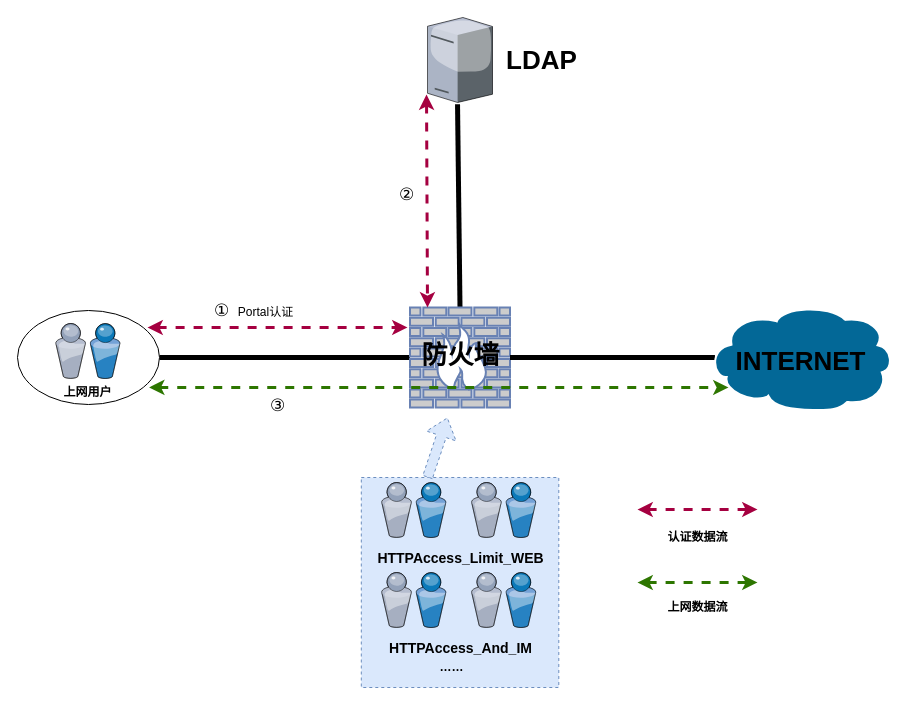
Above: Untitled Diagram.drawio in blacksoilzz/hello-world (draw.io), before the change. Source tidied: cells renumbered, new cells numbered last; positions are measured from the earlier drawing's top-left corner, leaving out a move shared by most shapes. Both pictures are drawn from the tidied source at 100%, with x=0, y=0 at pixel (17, 17).
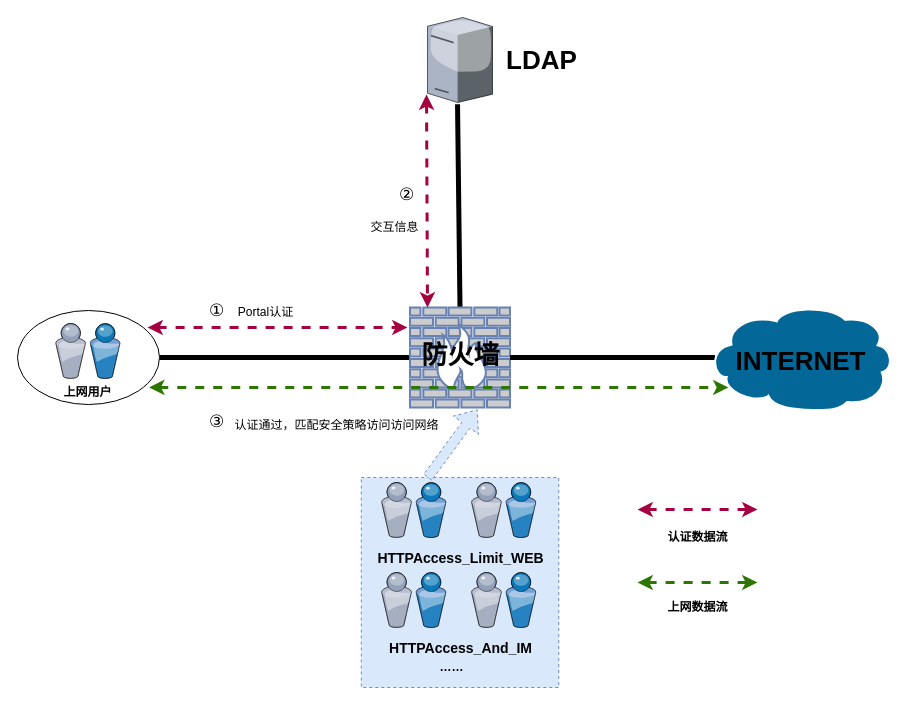
The same diagram, later.

Diff of the diagram source:
```diff
@@
     <mxCell id="18" style="shape=flexArrow;endArrow=classic;html=1;dashed=1;strokeWidth=1;fillColor=#dae8fc;strokeColor=#6c8ebf;" parent="1" edge="1">
       <mxGeometry relative="1" as="geometry">
         <mxPoint x="410" y="460" as="sourcePoint" />
-        <mxPoint x="430" y="400" as="targetPoint" />
+        <mxPoint x="460" y="392" as="targetPoint" />
       </mxGeometry>
     </mxCell>
@@
     <mxCell id="30" value="①" style="text;html=1;align=center;verticalAlign=middle;fillColor=none;strokeColor=none;rounded=0;fontSize=17;" parent="1" vertex="1">
-      <mxGeometry x="190" y="282" width="27" height="24" as="geometry" />
+      <mxGeometry x="185" y="282" width="27" height="24" as="geometry" />
     </mxCell>
@@
     <mxCell id="32" value="③" style="text;html=1;align=center;verticalAlign=middle;fillColor=none;strokeColor=none;rounded=0;fontSize=17;" parent="1" vertex="1">
-      <mxGeometry x="246" y="377" width="27" height="24" as="geometry" />
+      <mxGeometry x="185" y="393" width="27" height="24" as="geometry" />
     </mxCell>
@@
+    <mxCell id="34" value="交互信息" style="text;html=1;align=center;verticalAlign=middle;fillColor=none;strokeColor=none;rounded=0;fontSize=12;" parent="1" vertex="1">
+      <mxGeometry x="347.8" y="201" width="58" height="18" as="geometry" />
+    </mxCell>
+    <mxCell id="35" value="认证通过，匹配安全策略访问访问网络" style="text;html=1;align=center;verticalAlign=middle;fillColor=none;strokeColor=none;rounded=0;fontSize=12;" parent="1" vertex="1">
+      <mxGeometry x="212" y="399" width="214" height="18" as="geometry" />
+    </mxCell>
```
